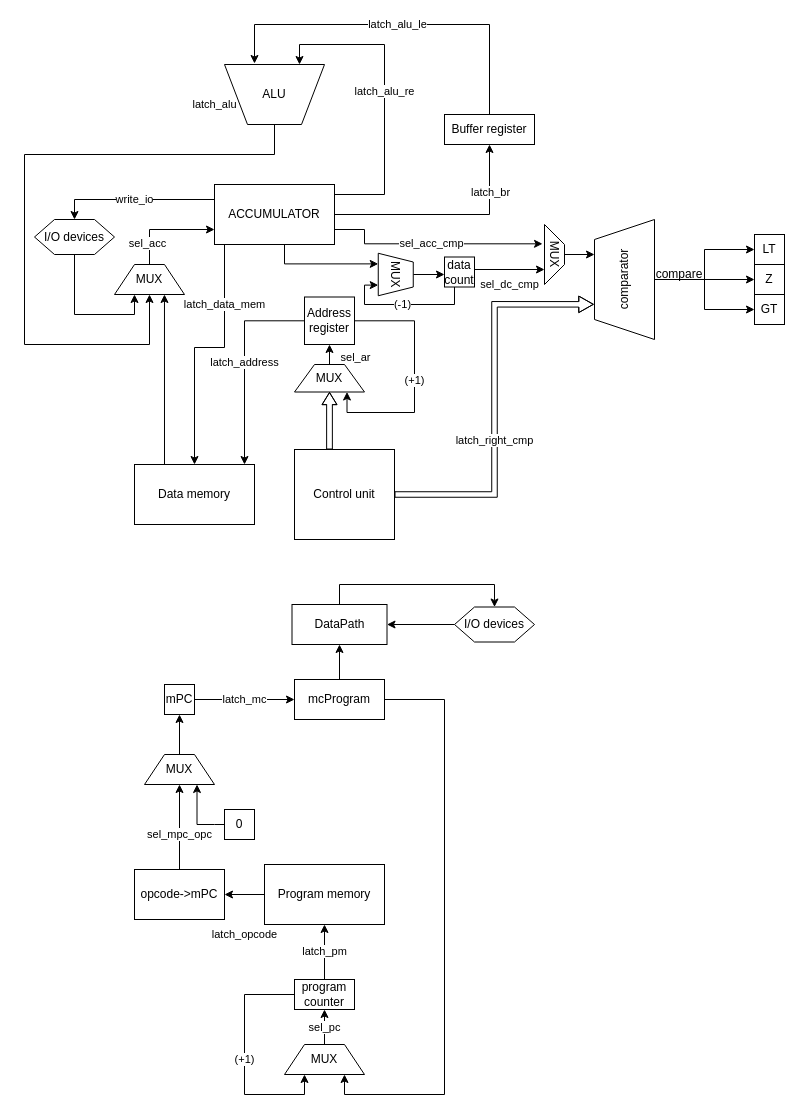
Above: DataPathModel.drawio in lubitelkvokk/csa_lab3 (draw.io), before the change. Source tidied: cells renumbered, new cells numbered last; positions are measured from the earlier drawing's top-left corner, leaving out a move shared by most shapes. Both pictures are drawn from the tidied source at 100%, with x=0, y=0 at pixel (24, 24).
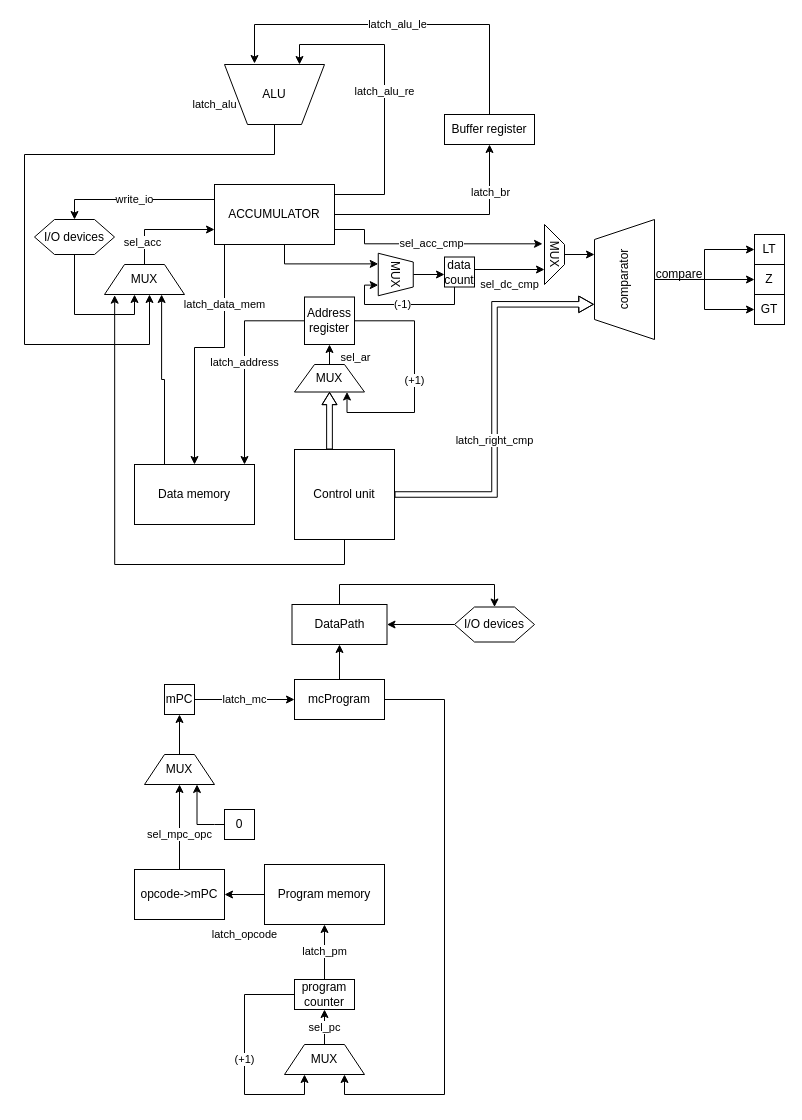
After the change.

The change refers to these unchanged cells:
```xml
<mxCell id="13" value="ALU" style="verticalLabelPosition=middle;verticalAlign=middle;html=1;shape=trapezoid;perimeter=trapezoidPerimeter;whiteSpace=wrap;size=0.23;arcSize=10;flipV=1;labelPosition=center;align=center;" parent="1" vertex="1">
  <mxGeometry x="200" y="40" width="100" height="60" as="geometry" />
</mxCell>
<mxCell id="17" value="Control unit" style="rounded=0;whiteSpace=wrap;html=1;" parent="1" vertex="1">
  <mxGeometry x="270" y="425" width="100" height="90" as="geometry" />
</mxCell>
```

What changed in the source:
```diff
@@
-    <mxCell id="12" value="latch_alu" style="edgeStyle=orthogonalEdgeStyle;rounded=0;jettySize=auto;html=1;entryX=0.5;entryY=1;entryDx=0;entryDy=0;" parent="1" edge="1" source="13" target="20">
+    <mxCell id="12" value="latch_alu" style="edgeStyle=orthogonalEdgeStyle;rounded=0;jettySize=auto;html=1;" parent="1" edge="1" source="13">
       <mxGeometry x="-0.72" y="-50" relative="1" as="geometry">
+        <mxPoint x="125" y="270" as="targetPoint" />
         <Array as="points">
           <mxPoint x="250" y="130" />
           <mxPoint y="130" />
           <mxPoint y="320" />
           <mxPoint x="125" y="320" />
+          <mxPoint x="125" y="270" />
         </Array>
       </mxGeometry>
     </mxCell>
@@
+    <mxCell id="68" style="edgeStyle=orthogonalEdgeStyle;rounded=0;jettySize=auto;html=1;entryX=0.127;entryY=1.024;entryDx=0;entryDy=0;entryPerimeter=0;" parent="1" edge="1" source="17" target="20">
+      <mxGeometry relative="1" as="geometry">
+        <Array as="points">
+          <mxPoint x="320" y="540" />
+          <mxPoint x="90" y="540" />
+        </Array>
+      </mxGeometry>
+    </mxCell>
@@
     <mxCell id="20" value="MUX" style="shape=trapezoid;perimeter=trapezoidPerimeter;whiteSpace=wrap;html=1;fixedSize=1;" parent="1" vertex="1">
-      <mxGeometry x="90" y="240" width="70" height="30" as="geometry" />
+      <mxGeometry x="80" y="240" width="80" height="30" as="geometry" />
     </mxCell>
```
